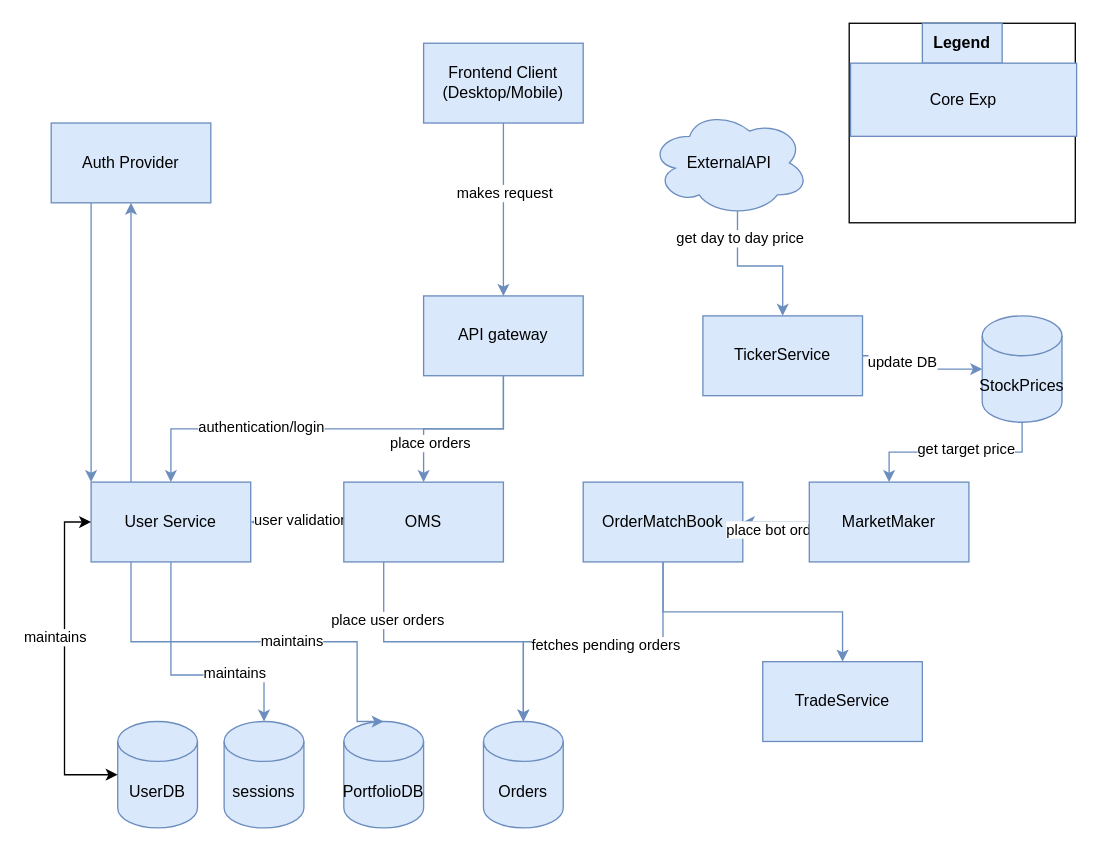
The draw.io diagram page "Application Architecture v2" (2 of 4) of documentation/ProjectTradeArchitecture.drawio in Alucardigan/ProjectTrade, before the edit. Source tidied: cells renumbered, new cells numbered last; positions are measured from the earlier drawing's top-left corner, leaving out a move shared by most shapes. Both pictures are drawn from the tidied source at 133%, with x=0, y=0 at pixel (51, 23).
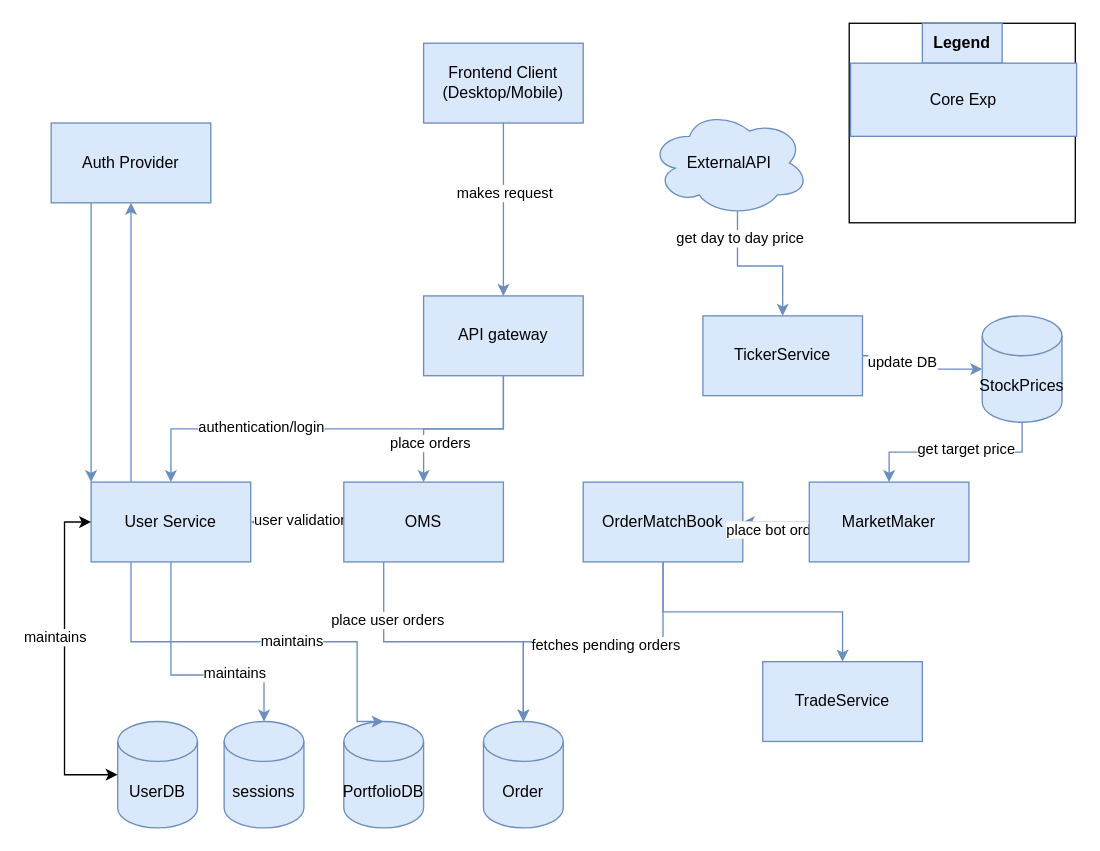
Above is the later version.

Diff of the diagram source:
```diff
@@
-    <mxCell id="18" value="Orders" style="shape=cylinder3;whiteSpace=wrap;html=1;boundedLbl=1;backgroundOutline=1;size=15;fillColor=#dae8fc;strokeColor=#6c8ebf;" parent="1" vertex="1">
+    <mxCell id="18" value="Order" style="shape=cylinder3;whiteSpace=wrap;html=1;boundedLbl=1;backgroundOutline=1;size=15;fillColor=#dae8fc;strokeColor=#6c8ebf;" parent="1" vertex="1">
       <mxGeometry x="325" y="525" width="60" height="80" as="geometry" />
     </mxCell>
```
